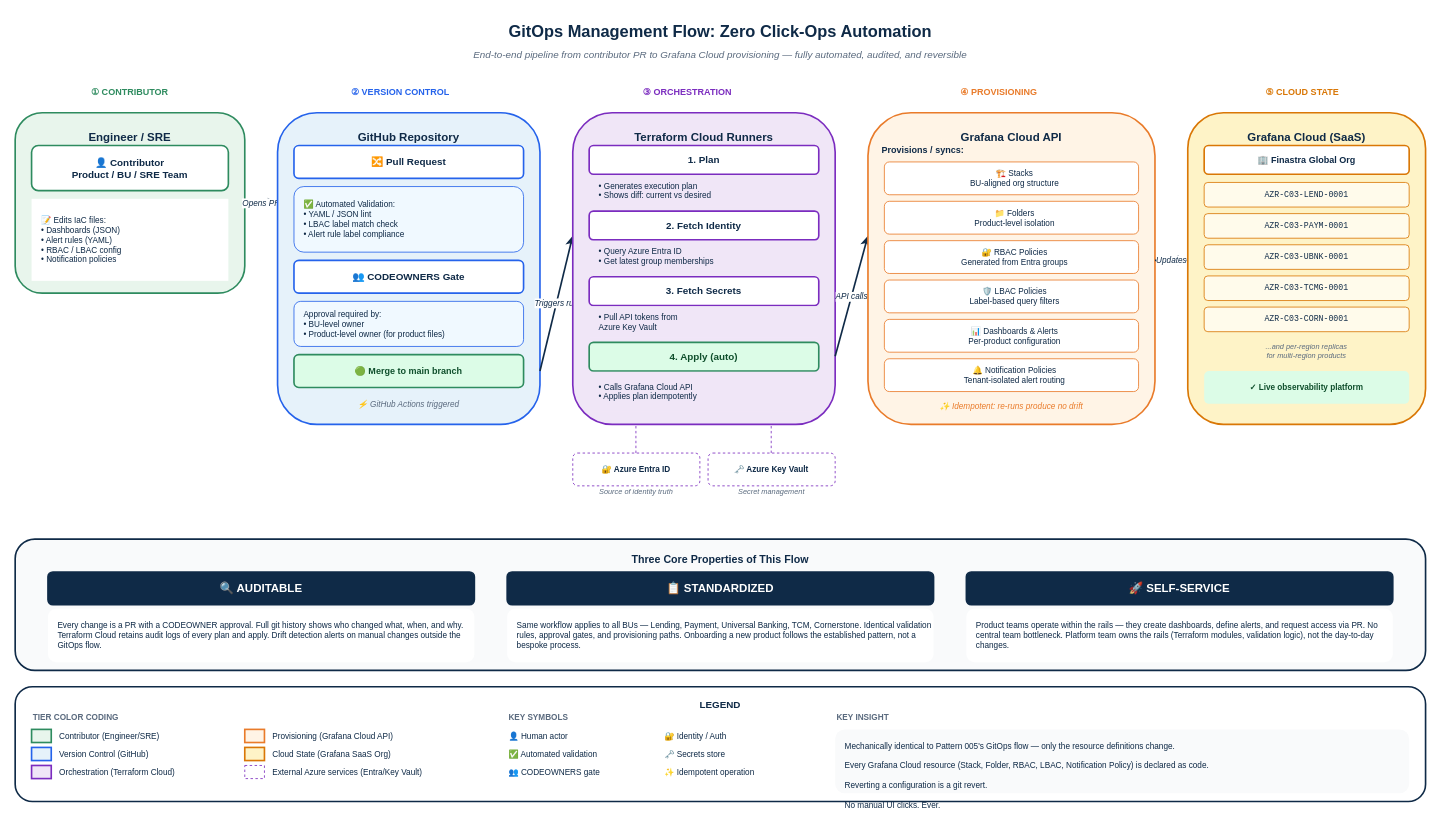
paragvyas65/us-test keeps this draw.io diagram as observability/03_Future_State/patterns/diagrams/05-gitops-management-flow.drawio. Above is the earlier version. Source tidied: cells renumbered, new cells numbered last; positions are measured from the earlier drawing's top-left corner, leaving out a move shared by most shapes. Both pictures are drawn from the tidied source at 82%, with x=0, y=0 at pixel (15, 14).
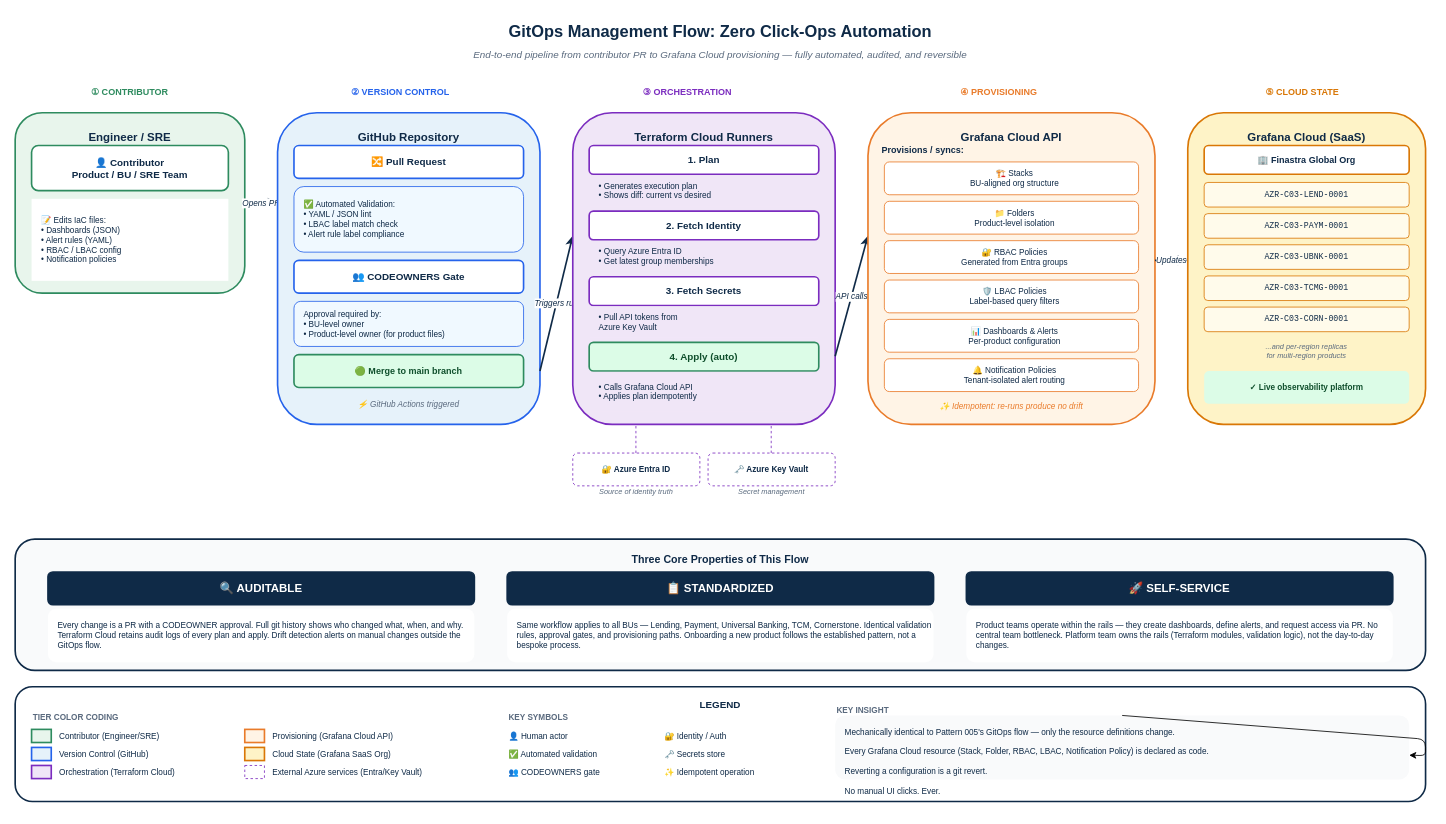
Above is the later version.

Diff of the diagram source:
```diff
@@
     <mxCell id="84" value="KEY INSIGHT" style="text;html=1;strokeColor=none;fillColor=none;align=left;verticalAlign=middle;whiteSpace=wrap;rounded=0;fontSize=10;fontStyle=1;fontColor=#5A6A7E;letterSpacing=1;" parent="1" vertex="1">
-      <mxGeometry x="1000" y="848" width="200" height="18" as="geometry" />
+      <mxGeometry x="1000" y="840" width="200" height="18" as="geometry" />
     </mxCell>
     <mxCell id="85" value="Mechanically identical to Pattern 005's GitOps flow — only the resource definitions change.&#10;&#10;Every Grafana Cloud resource (Stack, Folder, RBAC, LBAC, Notification Policy) is declared as code.&#10;&#10;Reverting a configuration is a git revert.&#10;&#10;No manual UI clicks. Ever." style="text;html=1;strokeColor=none;fillColor=#F9FAFB;align=left;verticalAlign=top;whiteSpace=wrap;rounded=1;fontSize=10;fontColor=#0F2A47;spacingLeft=10;spacingTop=8;" parent="1" vertex="1">
-      <mxGeometry x="1000" y="872" width="700" height="78" as="geometry" />
+      <mxGeometry x="1000" y="855" width="700" height="78" as="geometry" />
     </mxCell>
+    <mxCell id="86" style="edgeStyle=none;html=1;exitX=0.5;exitY=0;exitDx=0;exitDy=0;" parent="1" edge="1" source="85" target="85">
+      <mxGeometry relative="1" as="geometry" />
+    </mxCell>
```
